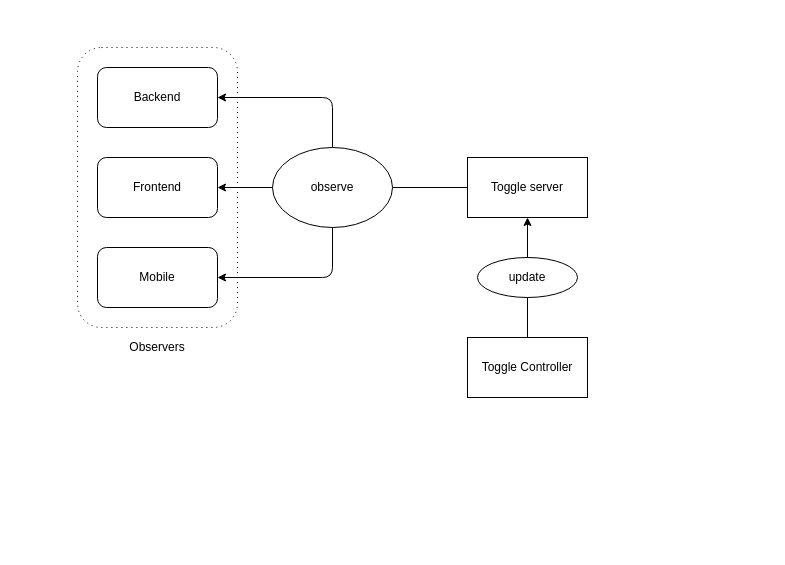
The draw.io diagram Untitled Diagram.drawio in namchuai/automated-scripts, before the edit. Source tidied: cells renumbered, new cells numbered last; positions are measured from the earlier drawing's top-left corner, leaving out a move shared by most shapes. Both pictures are drawn from the tidied source at 100%, with x=0, y=0 at pixel (77, 47).
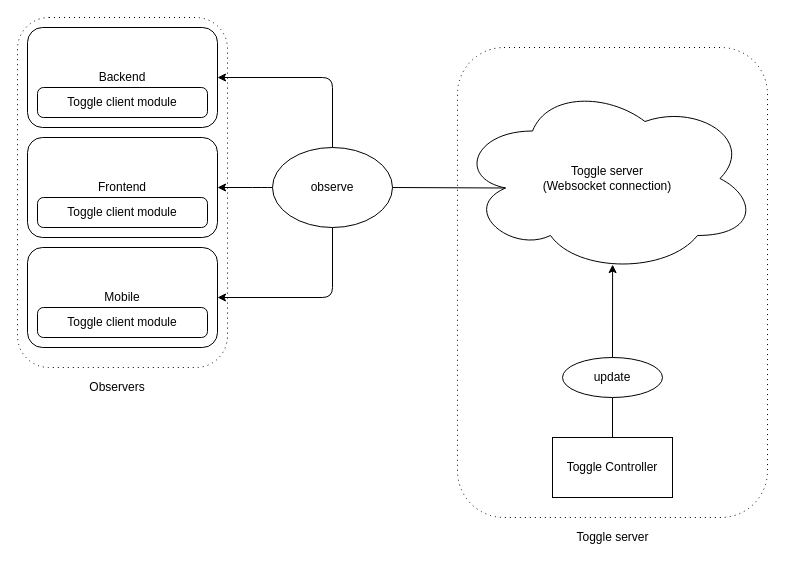
The same page after the edit.

Commit message:
Update Toggle Model

Unchanged cells that the change refers to:
```xml
<mxCell id="5" value="observe" style="ellipse;whiteSpace=wrap;html=1;" parent="1" vertex="1">
  <mxGeometry x="195" y="100" width="120" height="80" as="geometry" />
</mxCell>
```

What changed in the source:
```diff
@@
-    <mxCell id="2" value="&lt;div&gt;Backend&lt;/div&gt;" style="rounded=1;whiteSpace=wrap;html=1;" parent="1" vertex="1">
-      <mxGeometry x="20" y="20" width="120" height="60" as="geometry" />
-    </mxCell>
+    <mxCell id="17" style="rounded=1;whiteSpace=wrap;html=1;fillColor=none;gradientColor=none;dashed=1;dashPattern=1 4;" parent="1" vertex="1">
+      <mxGeometry x="380" width="310" height="470" as="geometry" />
+    </mxCell>
+    <mxCell id="12" style="rounded=1;whiteSpace=wrap;html=1;fillColor=none;dashed=1;dashPattern=1 4;" parent="1" vertex="1">
+      <mxGeometry x="-60" y="-30" width="210" height="350" as="geometry" />
+    </mxCell>
     <mxCell id="3" value="&lt;div&gt;Frontend&lt;/div&gt;" style="rounded=1;whiteSpace=wrap;html=1;" parent="1" vertex="1">
-      <mxGeometry x="20" y="110" width="120" height="60" as="geometry" />
+      <mxGeometry x="-50" y="90" width="190" height="100" as="geometry" />
     </mxCell>
     <mxCell id="4" value="Mobile" style="rounded=1;whiteSpace=wrap;html=1;" parent="1" vertex="1">
-      <mxGeometry x="20" y="200" width="120" height="60" as="geometry" />
+      <mxGeometry x="-50" y="200" width="190" height="100" as="geometry" />
     </mxCell>
@@
-    <mxCell id="6" value="Toggle server" style="rounded=0;whiteSpace=wrap;html=1;" parent="1" vertex="1">
-      <mxGeometry x="390" y="110" width="120" height="60" as="geometry" />
-    </mxCell>
     <mxCell id="7" value="Toggle Controller" style="whiteSpace=wrap;html=1;" parent="1" vertex="1">
-      <mxGeometry x="390" y="290" width="120" height="60" as="geometry" />
+      <mxGeometry x="475" y="390" width="120" height="60" as="geometry" />
     </mxCell>
     <mxCell id="8" style="endArrow=classic;html=1;exitX=0.5;exitY=0;exitDx=0;exitDy=0;entryX=1;entryY=0.5;entryDx=0;entryDy=0;" parent="1" edge="1" source="5" target="2">
       <mxGeometry relative="1" as="geometry">
         <Array as="points">
-          <mxPoint x="255" y="50" />
+          <mxPoint x="255" y="30" />
         </Array>
       </mxGeometry>
     </mxCell>
     <mxCell id="9" style="endArrow=classic;html=1;exitX=0;exitY=0.5;exitDx=0;exitDy=0;entryX=1;entryY=0.5;entryDx=0;entryDy=0;" parent="1" edge="1" source="5" target="3">
-      <mxGeometry relative="1" as="geometry" />
+      <mxGeometry relative="1" as="geometry">
+        <Array as="points">
+          <mxPoint x="185" y="140" />
+        </Array>
+      </mxGeometry>
     </mxCell>
     <mxCell id="10" style="endArrow=classic;html=1;exitX=0.5;exitY=1;exitDx=0;exitDy=0;entryX=1;entryY=0.5;entryDx=0;entryDy=0;" parent="1" edge="1" source="5" target="4">
       <mxGeometry relative="1" as="geometry">
         <Array as="points">
-          <mxPoint x="255" y="230" />
+          <mxPoint x="255" y="250" />
         </Array>
       </mxGeometry>
     </mxCell>
-    <mxCell id="11" style="endArrow=none;html=1;entryX=0;entryY=0.5;entryDx=0;entryDy=0;exitX=1;exitY=0.5;exitDx=0;exitDy=0;" parent="1" edge="1" source="5" target="6">
-      <mxGeometry relative="1" as="geometry" />
+    <mxCell id="11" style="endArrow=none;html=1;entryX=0.16;entryY=0.55;entryDx=0;entryDy=0;entryPerimeter=0;" parent="1" edge="1" target="18">
+      <mxGeometry relative="1" as="geometry">
+        <mxPoint x="315" y="140" as="sourcePoint" />
+      </mxGeometry>
     </mxCell>
-    <mxCell id="12" style="rounded=1;whiteSpace=wrap;html=1;fillColor=none;dashed=1;dashPattern=1 4;" parent="1" vertex="1">
-      <mxGeometry width="160" height="280" as="geometry" />
-    </mxCell>
     <mxCell id="13" value="&lt;div&gt;Observers&lt;/div&gt;" style="text;html=1;strokeColor=none;fillColor=none;align=center;verticalAlign=middle;whiteSpace=wrap;rounded=0;dashed=1;dashPattern=1 4;" parent="1" vertex="1">
-      <mxGeometry x="60" y="290" width="40" height="20" as="geometry" />
+      <mxGeometry x="20" y="330" width="40" height="20" as="geometry" />
     </mxCell>
     <mxCell id="14" value="&lt;div&gt;update&lt;/div&gt;" style="ellipse;whiteSpace=wrap;html=1;" parent="1" vertex="1">
-      <mxGeometry x="400" y="210" width="100" height="40" as="geometry" />
+      <mxGeometry x="485" y="310" width="100" height="40" as="geometry" />
     </mxCell>
@@
-    <mxCell id="16" style="endArrow=classic;html=1;entryX=0.5;entryY=1;entryDx=0;entryDy=0;exitX=0.5;exitY=0;exitDx=0;exitDy=0;" parent="1" edge="1" source="14" target="6">
+    <mxCell id="16" style="endArrow=classic;html=1;entryX=0.517;entryY=0.953;entryDx=0;entryDy=0;exitX=0.5;exitY=0;exitDx=0;exitDy=0;entryPerimeter=0;" parent="1" edge="1" source="14" target="18">
       <mxGeometry relative="1" as="geometry" />
     </mxCell>
+    <mxCell id="18" value="Toggle server&lt;br&gt;(Websocket connection)" style="ellipse;shape=cloud;whiteSpace=wrap;html=1;fillColor=none;gradientColor=none;" parent="1" vertex="1">
+      <mxGeometry x="380" y="36" width="300" height="190" as="geometry" />
+    </mxCell>
+    <mxCell id="6" value="Toggle server" style="text;html=1;strokeColor=none;fillColor=none;align=center;verticalAlign=middle;whiteSpace=wrap;rounded=0;dashed=1;dashPattern=1 4;" parent="1" vertex="1">
+      <mxGeometry x="482.5" y="480" width="105" height="20" as="geometry" />
+    </mxCell>
+    <mxCell id="19" value="Toggle client module" style="rounded=1;whiteSpace=wrap;html=1;fillColor=none;gradientColor=none;arcSize=20;" parent="1" vertex="1">
+      <mxGeometry x="-40" y="260" width="170" height="30" as="geometry" />
+    </mxCell>
+    <mxCell id="20" value="Toggle client module" style="rounded=1;whiteSpace=wrap;html=1;fillColor=none;gradientColor=none;arcSize=20;" parent="1" vertex="1">
+      <mxGeometry x="-40" y="150" width="170" height="30" as="geometry" />
+    </mxCell>
+    <mxCell id="2" value="Backend" style="rounded=1;whiteSpace=wrap;html=1;" parent="1" vertex="1">
+      <mxGeometry x="-50" y="-20" width="190" height="100" as="geometry" />
+    </mxCell>
+    <mxCell id="21" value="Toggle client module" style="rounded=1;whiteSpace=wrap;html=1;fillColor=none;gradientColor=none;arcSize=20;" parent="1" vertex="1">
+      <mxGeometry x="-40" y="40" width="170" height="30" as="geometry" />
+    </mxCell>
```
